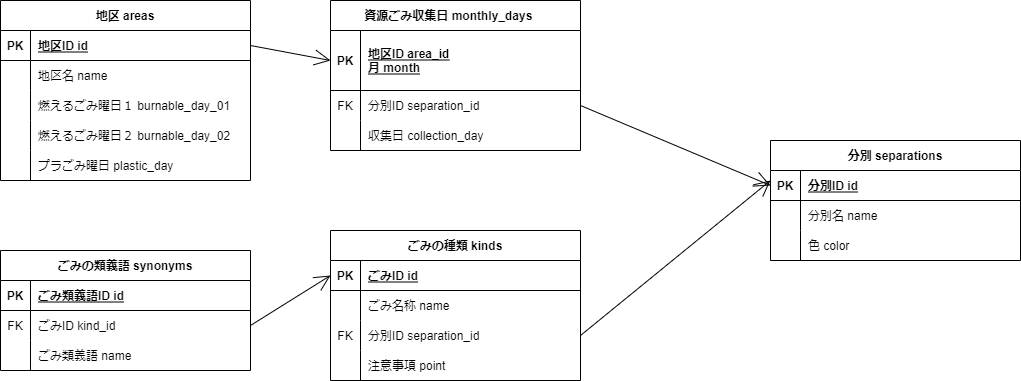
Before: ERD.png, a diagram exported from draw.io (nkc-ug/ujiyamada_project_2022). Source tidied: cells renumbered, new cells last; positions are measured from the earlier drawing's top-left corner, leaving out a move shared by most shapes.
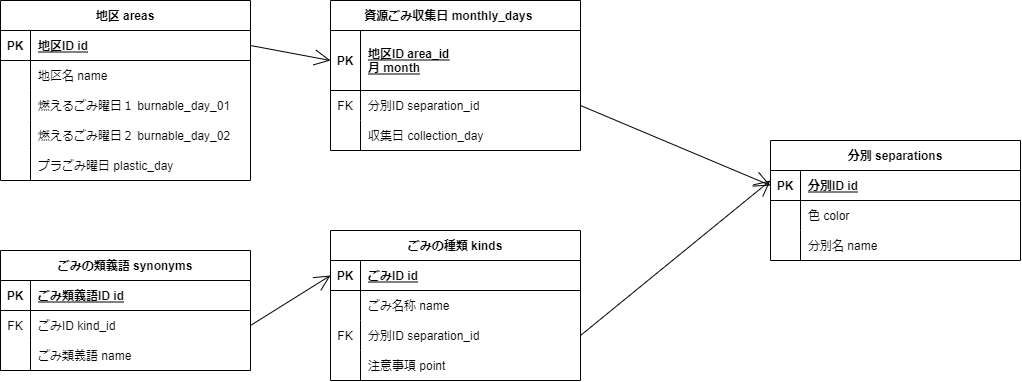
After the change.

Commit message:
E-R図にseparationsの順番変更を反映

Change to the diagram source:
```diff
@@ -137,7 +137,7 @@
     <mxCell id="46" style="shape=partialRectangle;overflow=hidden;fillColor=none;top=0;left=0;bottom=0;right=0;" parent="45" vertex="1">
       <mxGeometry width="30" height="30" as="geometry" />
     </mxCell>
-    <mxCell id="47" value="分別名 name" style="shape=partialRectangle;overflow=hidden;fillColor=none;top=0;left=0;bottom=0;right=0;align=left;spacingLeft=6;" parent="45" vertex="1">
+    <mxCell id="47" value="色 color" style="shape=partialRectangle;overflow=hidden;fillColor=none;top=0;left=0;bottom=0;right=0;align=left;spacingLeft=6;" parent="45" vertex="1">
       <mxGeometry x="30" width="220" height="30" as="geometry" />
     </mxCell>
     <mxCell id="48" style="shape=partialRectangle;fillColor=none;top=0;left=0;right=0;bottom=0;" parent="41" vertex="1">
@@ -146,7 +146,7 @@
     <mxCell id="49" style="shape=partialRectangle;overflow=hidden;fillColor=none;top=0;left=0;bottom=0;right=0;" parent="48" vertex="1">
       <mxGeometry width="30" height="30" as="geometry" />
     </mxCell>
-    <mxCell id="50" value="色 color" style="shape=partialRectangle;overflow=hidden;fillColor=none;top=0;left=0;bottom=0;right=0;align=left;spacingLeft=6;" parent="48" vertex="1">
+    <mxCell id="50" value="分別名 name" style="shape=partialRectangle;overflow=hidden;fillColor=none;top=0;left=0;bottom=0;right=0;align=left;spacingLeft=6;" parent="48" vertex="1">
       <mxGeometry x="30" width="220" height="30" as="geometry" />
     </mxCell>
     <mxCell id="51" value="資源ごみ収集日 monthly_days    " style="shape=table;startSize=30;rowLines=0;fontStyle=1;align=center;" parent="1" vertex="1">
```
